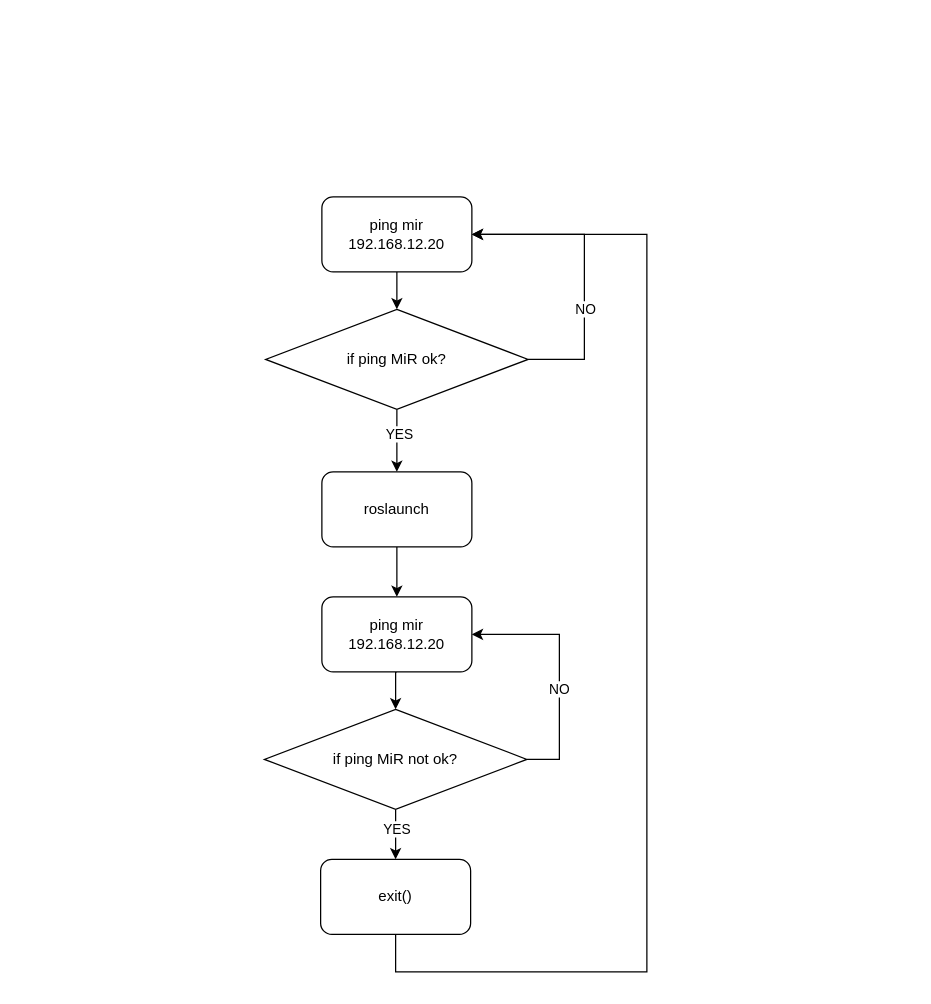
This is page "(Fixed)IPC2 Workflow" (6 of 9) of workflows/w0303_workflow_summary.drawio from wuyongf/w0303-ipc1, a draw.io file, before an edit. Source tidied: cells renumbered, new cells numbered last; positions are measured from the earlier drawing's top-left corner, leaving out a move shared by most shapes. Both pictures are drawn from the tidied source at 125%, with x=0, y=0 at pixel (264, 196).
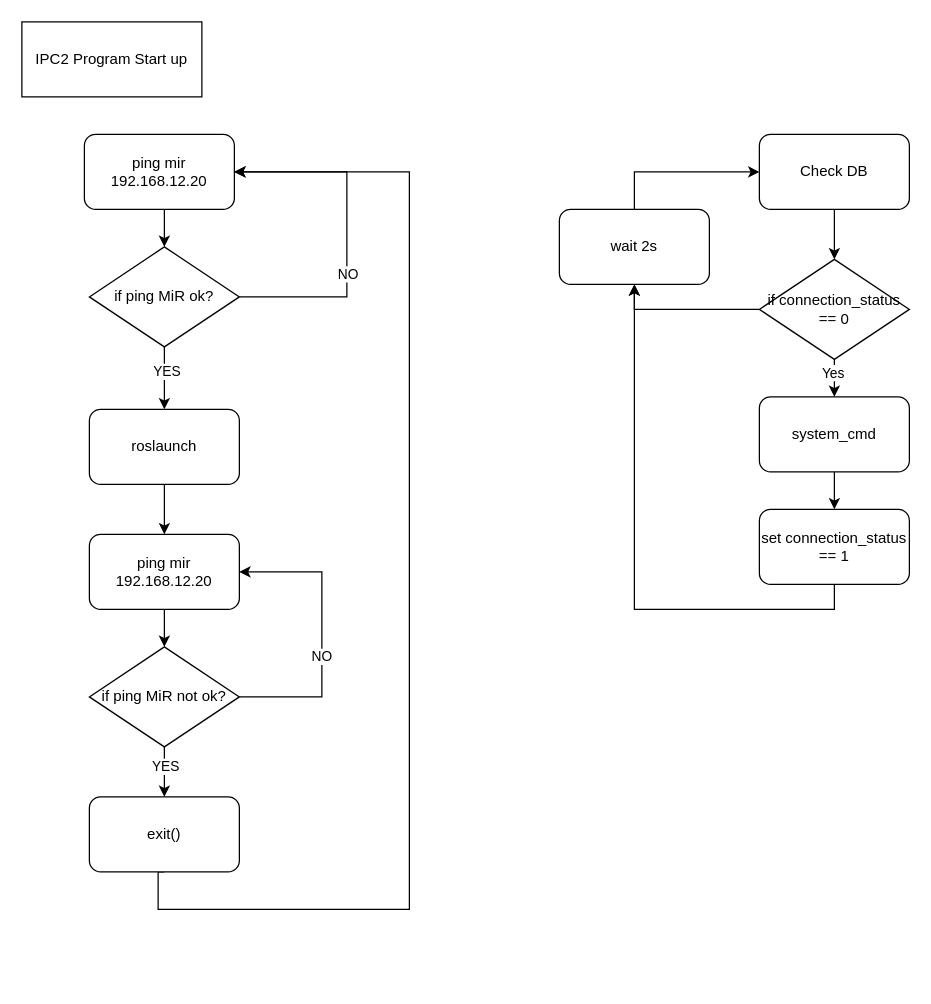
After the change.

Diff of the diagram source:
```diff
@@
     <mxCell id="3" value="ping mir&lt;br&gt;192.168.12.20" style="rounded=1;whiteSpace=wrap;html=1;labelBackgroundColor=none;strokeColor=#000000;strokeWidth=1;fillColor=#FFFFFF;fontColor=#000000;align=center;" parent="1" vertex="1">
-      <mxGeometry x="46" width="120" height="60" as="geometry" />
+      <mxGeometry x="-144" y="-50" width="120" height="60" as="geometry" />
     </mxCell>
@@
     <mxCell id="6" style="edgeStyle=orthogonalEdgeStyle;rounded=0;jettySize=auto;html=1;exitX=1;exitY=0.5;exitDx=0;exitDy=0;entryX=1;entryY=0.5;entryDx=0;entryDy=0;fontColor=#000000;" parent="1" edge="1" source="8" target="3">
       <mxGeometry relative="1" as="geometry">
         <Array as="points">
-          <mxPoint x="256" y="130" />
-          <mxPoint x="256" y="30" />
+          <mxPoint x="66" y="80" />
+          <mxPoint x="66" y="-20" />
         </Array>
       </mxGeometry>
     </mxCell>
@@
     <mxCell id="8" value="if ping MiR ok?" style="rhombus;whiteSpace=wrap;html=1;labelBackgroundColor=none;strokeColor=#000000;strokeWidth=1;fillColor=#FFFFFF;fontColor=#000000;align=center;" parent="1" vertex="1">
-      <mxGeometry x="1" y="90" width="210" height="80" as="geometry" />
+      <mxGeometry x="-140" y="40" width="120" height="80" as="geometry" />
     </mxCell>
@@
     <mxCell id="10" value="roslaunch" style="rounded=1;whiteSpace=wrap;html=1;labelBackgroundColor=none;strokeColor=#000000;strokeWidth=1;fillColor=#FFFFFF;fontColor=#000000;align=center;" parent="1" vertex="1">
-      <mxGeometry x="46" y="220" width="120" height="60" as="geometry" />
+      <mxGeometry x="-140" y="170" width="120" height="60" as="geometry" />
     </mxCell>
@@
     <mxCell id="12" value="ping mir&lt;br&gt;192.168.12.20" style="rounded=1;whiteSpace=wrap;html=1;labelBackgroundColor=none;strokeColor=#000000;strokeWidth=1;fillColor=#FFFFFF;fontColor=#000000;align=center;" parent="1" vertex="1">
-      <mxGeometry x="46" y="320" width="120" height="60" as="geometry" />
+      <mxGeometry x="-140" y="270" width="120" height="60" as="geometry" />
     </mxCell>
     <mxCell id="13" style="edgeStyle=orthogonalEdgeStyle;rounded=0;jettySize=auto;html=1;exitX=1;exitY=0.5;exitDx=0;exitDy=0;entryX=1;entryY=0.5;entryDx=0;entryDy=0;fontColor=#000000;" parent="1" edge="1" source="17" target="12">
       <mxGeometry relative="1" as="geometry">
         <Array as="points">
-          <mxPoint x="236" y="450" />
-          <mxPoint x="236" y="350" />
+          <mxPoint x="46" y="400" />
+          <mxPoint x="46" y="300" />
         </Array>
       </mxGeometry>
     </mxCell>
@@
     <mxCell id="17" value="if ping MiR not ok?" style="rhombus;whiteSpace=wrap;html=1;labelBackgroundColor=none;strokeColor=#000000;strokeWidth=1;fillColor=#FFFFFF;fontColor=#000000;align=center;" parent="1" vertex="1">
-      <mxGeometry y="410" width="210" height="80" as="geometry" />
+      <mxGeometry x="-140" y="360" width="120" height="80" as="geometry" />
     </mxCell>
     <mxCell id="18" style="edgeStyle=orthogonalEdgeStyle;rounded=0;jettySize=auto;html=1;exitX=0.5;exitY=1;exitDx=0;exitDy=0;entryX=1;entryY=0.5;entryDx=0;entryDy=0;fontColor=#000000;" parent="1" edge="1" source="19" target="3">
       <mxGeometry relative="1" as="geometry">
         <Array as="points">
-          <mxPoint x="105" y="620" />
-          <mxPoint x="306" y="620" />
-          <mxPoint x="306" y="30" />
+          <mxPoint x="-85" y="570" />
+          <mxPoint x="116" y="570" />
+          <mxPoint x="116" y="-20" />
         </Array>
       </mxGeometry>
     </mxCell>
     <mxCell id="19" value="exit()" style="rounded=1;whiteSpace=wrap;html=1;labelBackgroundColor=none;strokeColor=#000000;strokeWidth=1;fillColor=#FFFFFF;fontColor=#000000;align=center;" parent="1" vertex="1">
-      <mxGeometry x="45" y="530" width="120" height="60" as="geometry" />
+      <mxGeometry x="-140" y="480" width="120" height="60" as="geometry" />
     </mxCell>
+    <mxCell id="20" value="IPC2 Program Start up" style="rounded=0;whiteSpace=wrap;html=1;" parent="1" vertex="1">
+      <mxGeometry x="-194" y="-140" width="144" height="60" as="geometry" />
+    </mxCell>
+    <mxCell id="21" style="edgeStyle=orthogonalEdgeStyle;rounded=0;jettySize=auto;html=1;exitX=0.5;exitY=1;exitDx=0;exitDy=0;entryX=0.5;entryY=0;entryDx=0;entryDy=0;" parent="1" edge="1" source="22" target="26">
+      <mxGeometry relative="1" as="geometry" />
+    </mxCell>
+    <mxCell id="22" value="Check DB" style="rounded=1;whiteSpace=wrap;html=1;" parent="1" vertex="1">
+      <mxGeometry x="396" y="-50" width="120" height="60" as="geometry" />
+    </mxCell>
+    <mxCell id="23" style="edgeStyle=orthogonalEdgeStyle;rounded=0;jettySize=auto;html=1;exitX=0.5;exitY=1;exitDx=0;exitDy=0;entryX=0.5;entryY=0;entryDx=0;entryDy=0;" parent="1" edge="1" source="26" target="30">
+      <mxGeometry relative="1" as="geometry" />
+    </mxCell>
+    <mxCell id="24" value="Yes" style="edgeLabel;html=1;align=center;verticalAlign=middle;" parent="23" vertex="1">
+      <mxGeometry x="-0.36" y="-2" relative="1" as="geometry" />
+    </mxCell>
+    <mxCell id="25" style="edgeStyle=orthogonalEdgeStyle;rounded=0;jettySize=auto;html=1;exitX=0;exitY=0.5;exitDx=0;exitDy=0;entryX=0.5;entryY=1;entryDx=0;entryDy=0;" parent="1" edge="1" source="26" target="28">
+      <mxGeometry relative="1" as="geometry" />
+    </mxCell>
+    <mxCell id="26" value="if connection_status == 0" style="rhombus;whiteSpace=wrap;html=1;" parent="1" vertex="1">
+      <mxGeometry x="396" y="50" width="120" height="80" as="geometry" />
+    </mxCell>
+    <mxCell id="27" style="edgeStyle=orthogonalEdgeStyle;rounded=0;jettySize=auto;html=1;exitX=0.5;exitY=0;exitDx=0;exitDy=0;" parent="1" edge="1" source="28" target="22">
+      <mxGeometry relative="1" as="geometry" />
+    </mxCell>
+    <mxCell id="28" value="wait 2s" style="rounded=1;whiteSpace=wrap;html=1;" parent="1" vertex="1">
+      <mxGeometry x="236" y="10" width="120" height="60" as="geometry" />
+    </mxCell>
+    <mxCell id="29" style="edgeStyle=orthogonalEdgeStyle;rounded=0;jettySize=auto;html=1;exitX=0.5;exitY=1;exitDx=0;exitDy=0;entryX=0.5;entryY=0;entryDx=0;entryDy=0;" parent="1" edge="1" source="30" target="32">
+      <mxGeometry relative="1" as="geometry" />
+    </mxCell>
+    <mxCell id="30" value="system_cmd" style="rounded=1;whiteSpace=wrap;html=1;" parent="1" vertex="1">
+      <mxGeometry x="396" y="160" width="120" height="60" as="geometry" />
+    </mxCell>
+    <mxCell id="31" style="edgeStyle=orthogonalEdgeStyle;rounded=0;jettySize=auto;html=1;exitX=0.5;exitY=1;exitDx=0;exitDy=0;entryX=0.5;entryY=1;entryDx=0;entryDy=0;" parent="1" edge="1" source="32" target="28">
+      <mxGeometry relative="1" as="geometry" />
+    </mxCell>
+    <mxCell id="32" value="set connection_status == 1" style="rounded=1;whiteSpace=wrap;html=1;" parent="1" vertex="1">
+      <mxGeometry x="396" y="250" width="120" height="60" as="geometry" />
+    </mxCell>
```
